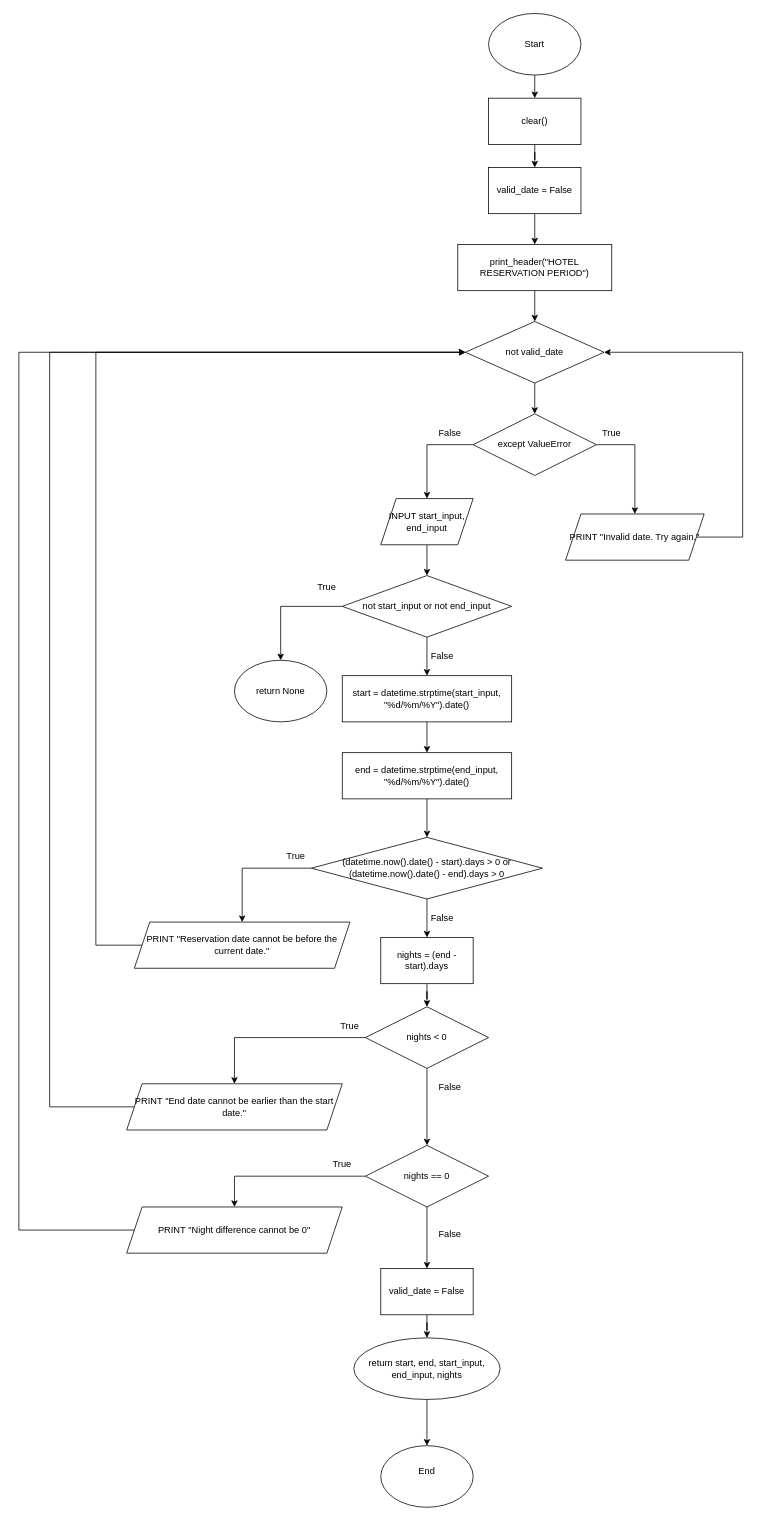
Before: page "select_dates()" (4 of 10) of flowcharts/hotel.drawio in zyyappp/travel-reservation-system, a draw.io diagram. Source tidied: cells renumbered, new cells numbered last; positions are measured from the earlier drawing's top-left corner, leaving out a move shared by most shapes. Both pictures are drawn from the tidied source at 77%, with x=0, y=0 at pixel (18, 13).
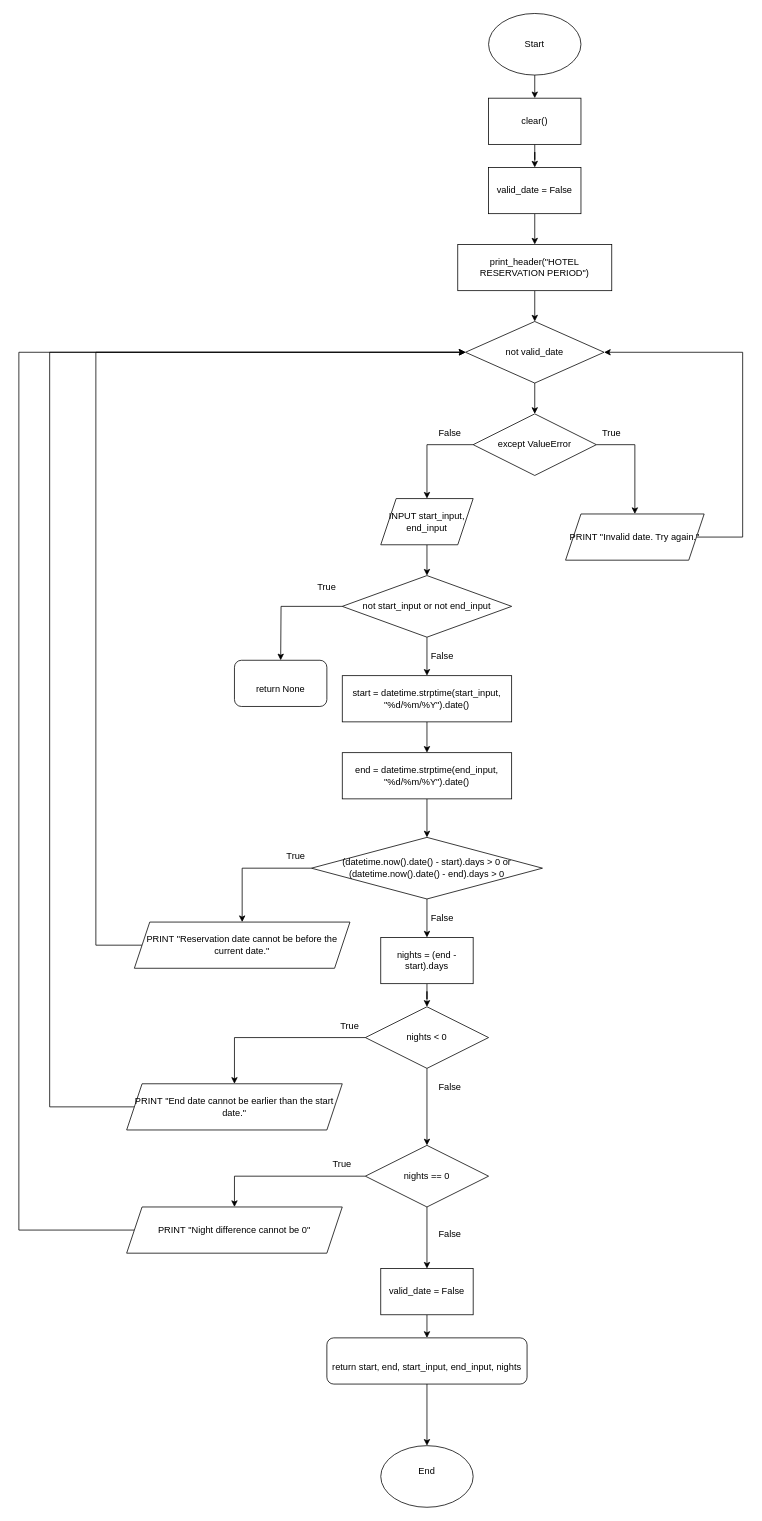
The same diagram, later.

The change refers to these unchanged cells:
```xml
<mxCell id="22" value="not start_input or not end_input" style="rhombus;whiteSpace=wrap;html=1;shapeInside=1;" parent="1" vertex="1">
  <mxGeometry x="420" y="730" width="220" height="80" as="geometry" />
</mxCell>
<mxCell id="54" value="valid_date = False" style="rounded=0;whiteSpace=wrap;html=1;" parent="1" vertex="1">
  <mxGeometry x="470" y="1630" width="120" height="60" as="geometry" />
</mxCell>
```

Diff of the diagram source:
```diff
@@
-    <mxCell id="21" style="edgeStyle=orthogonalEdgeStyle;rounded=0;jettySize=auto;html=1;entryX=0.5;entryY=0;entryDx=0;entryDy=0;" parent="1" edge="1" source="22" target="23">
-      <mxGeometry relative="1" as="geometry" />
+    <mxCell id="21" style="edgeStyle=orthogonalEdgeStyle;rounded=0;jettySize=auto;html=1;entryX=0.5;entryY=0;entryDx=0;entryDy=0;" parent="1" edge="1" source="22">
+      <mxGeometry relative="1" as="geometry">
+        <mxPoint x="340" y="840" as="targetPoint" />
+      </mxGeometry>
     </mxCell>
@@
-    <mxCell id="23" value="return None" style="ellipse;whiteSpace=wrap;html=1;shapeInside=1;" parent="1" vertex="1">
-      <mxGeometry x="280" y="840" width="120" height="80" as="geometry" />
-    </mxCell>
@@
-    <mxCell id="53" style="edgeStyle=orthogonalEdgeStyle;rounded=0;jettySize=auto;html=1;" parent="1" edge="1" source="54" target="57">
-      <mxGeometry relative="1" as="geometry" />
+    <mxCell id="53" style="edgeStyle=orthogonalEdgeStyle;rounded=0;jettySize=auto;html=1;" parent="1" edge="1" source="54">
+      <mxGeometry relative="1" as="geometry">
+        <mxPoint x="530" y="1720" as="targetPoint" />
+      </mxGeometry>
     </mxCell>
@@
-    <mxCell id="56" style="edgeStyle=orthogonalEdgeStyle;rounded=0;jettySize=auto;html=1;entryX=0.5;entryY=0;entryDx=0;entryDy=0;" parent="1" edge="1" source="57" target="58">
+    <mxCell id="56" style="edgeStyle=orthogonalEdgeStyle;rounded=0;jettySize=auto;html=1;entryX=0.5;entryY=0;entryDx=0;entryDy=0;exitX=0.5;exitY=1;exitDx=0;exitDy=0;" parent="1" edge="1" source="57" target="58">
       <mxGeometry relative="1" as="geometry" />
     </mxCell>
+    <mxCell id="58" value="End&lt;br&gt;&lt;div&gt;&lt;br/&gt;&lt;/div&gt;" style="ellipse;whiteSpace=wrap;html=1;shapeInside=1;" parent="1" vertex="1">
+      <mxGeometry x="470" y="1860" width="120" height="80" as="geometry" />
+    </mxCell>
+    <mxCell id="23" value="&lt;div&gt;&lt;br&gt;&lt;/div&gt;&lt;div&gt;return None&lt;/div&gt;" style="rounded=1;whiteSpace=wrap;html=1;" parent="1" vertex="1">
+      <mxGeometry x="280" y="840" width="120" height="60" as="geometry" />
+    </mxCell>
-    <mxCell id="57" value="return start, end, start_input, end_input, nights" style="ellipse;whiteSpace=wrap;html=1;shapeInside=1;" parent="1" vertex="1">
-      <mxGeometry x="435" y="1720" width="190" height="80" as="geometry" />
+    <mxCell id="57" value="&lt;div&gt;&lt;br&gt;&lt;/div&gt;&lt;div&gt;return start, end, start_input, end_input, nights&lt;/div&gt;" style="rounded=1;whiteSpace=wrap;html=1;" parent="1" vertex="1">
+      <mxGeometry x="400" y="1720" width="260" height="60" as="geometry" />
     </mxCell>
-    <mxCell id="58" value="End&lt;br&gt;&lt;div&gt;&lt;br/&gt;&lt;/div&gt;" style="ellipse;whiteSpace=wrap;html=1;shapeInside=1;" parent="1" vertex="1">
-      <mxGeometry x="470" y="1860" width="120" height="80" as="geometry" />
-    </mxCell>
```
